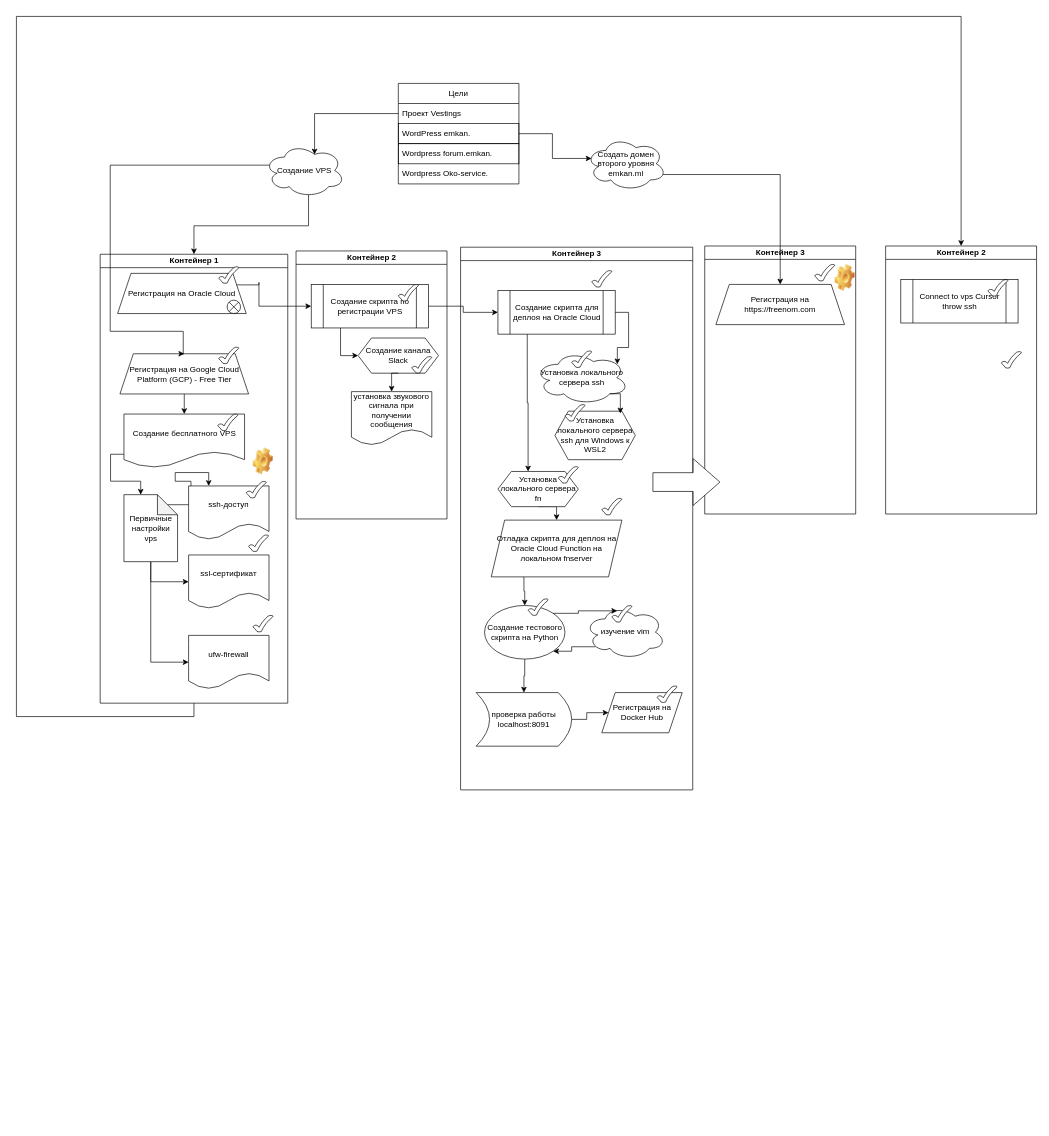
ElvenRivendil/Diagrams_blocks_algoritms keeps this draw.io diagram as ЖИЦЗО_1.drawio. Above is the earlier version. Source tidied: cells renumbered, new cells numbered last; positions are measured from the earlier drawing's top-left corner, leaving out a move shared by most shapes. Both pictures are drawn from the tidied source at 67%, with x=0, y=0 at pixel (-31, 16).
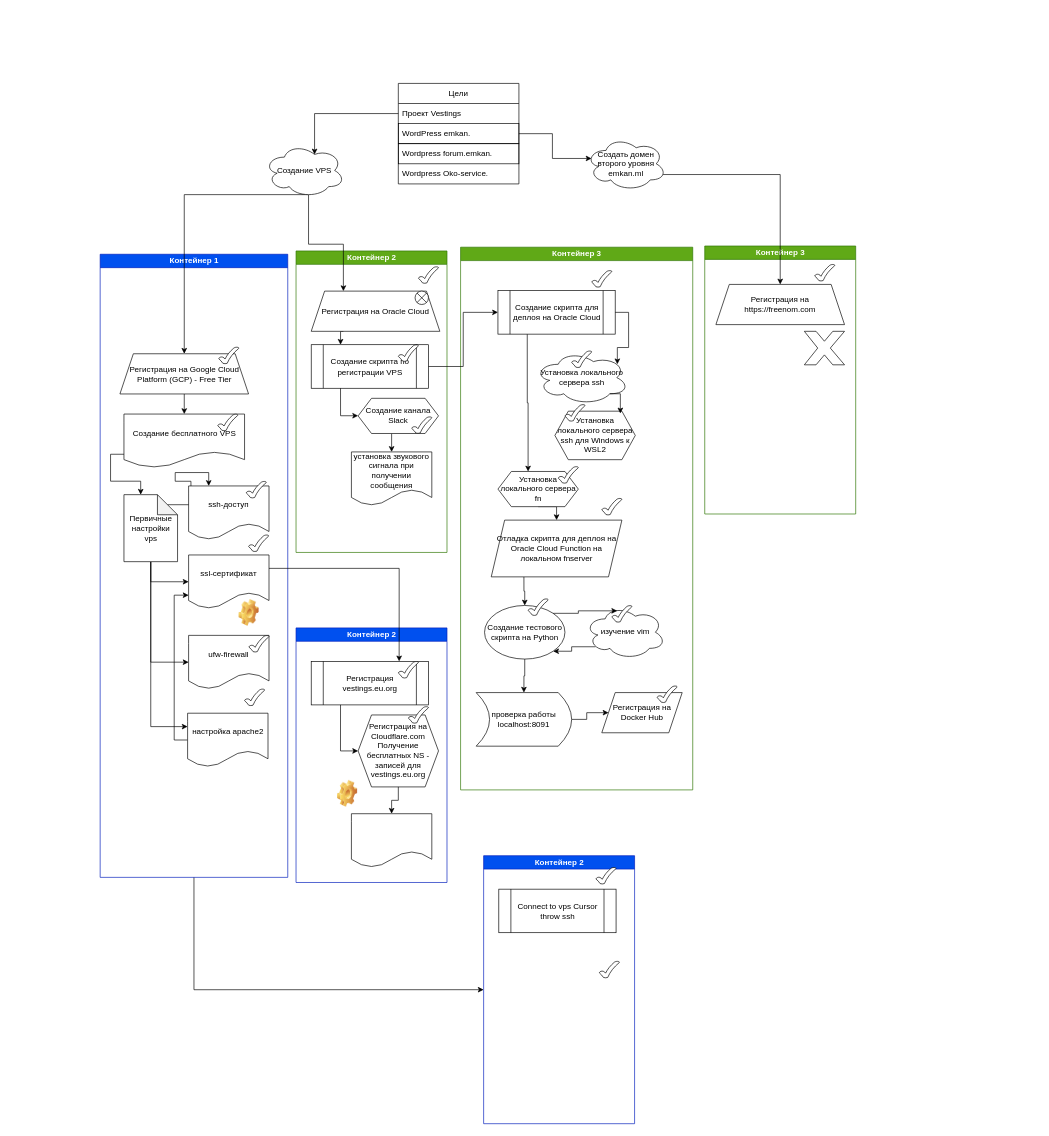
The same diagram, later.

The change refers to these unchanged cells:
```xml
<mxCell id="34" value="Создание VPS" style="ellipse;shape=cloud;whiteSpace=wrap;html=1;" parent="1" vertex="1">
  <mxGeometry x="440" y="190" width="120" height="80" as="geometry" />
</mxCell>
```

What changed in the source:
```diff
@@
-    <mxCell id="2" style="edgeStyle=orthogonalEdgeStyle;rounded=0;jettySize=auto;html=1;exitX=1;exitY=0.5;exitDx=0;exitDy=0;entryX=0;entryY=0.5;entryDx=0;entryDy=0;" parent="1" edge="1" source="3" target="77">
-      <mxGeometry relative="1" as="geometry">
-        <Array as="points">
-          <mxPoint x="335" y="1045" />
-          <mxPoint x="70" y="1045" />
-          <mxPoint x="70" />
-          <mxPoint x="1480" />
-        </Array>
-      </mxGeometry>
+    <mxCell id="2" style="edgeStyle=orthogonalEdgeStyle;rounded=0;jettySize=auto;html=1;exitX=1;exitY=0.5;exitDx=0;exitDy=0;entryX=0.5;entryY=1;entryDx=0;entryDy=0;" parent="1" edge="1" source="3" target="77">
+      <mxGeometry relative="1" as="geometry" />
     </mxCell>
-    <mxCell id="3" value="Контейнер 1" style="swimlane;html=1;startSize=20;horizontal=0;rotation=90;flipV=0;flipH=0;" parent="1" vertex="1">
-      <mxGeometry y="550" width="670" height="280" as="geometry" />
+    <mxCell id="3" value="Контейнер 1" style="swimlane;html=1;startSize=20;horizontal=0;rotation=90;flipV=0;flipH=0;fillColor=#0050ef;fontColor=#ffffff;strokeColor=#001DBC;" parent="1" vertex="1">
+      <mxGeometry x="-130" y="680" width="930" height="280" as="geometry" />
     </mxCell>
-    <mxCell id="4" value="Регистрация на Oracle Cloud" style="shape=trapezoid;perimeter=trapezoidPerimeter;whiteSpace=wrap;html=1;fixedSize=1;" parent="3" vertex="1">
-      <mxGeometry x="221" y="-166.5" width="192" height="60" as="geometry" />
-    </mxCell>
-    <mxCell id="5" style="verticalLabelPosition=bottom;verticalAlign=top;html=1;shape=mxgraph.basic.tick;" parent="3" vertex="1">
-      <mxGeometry x="372" y="-176.5" width="30" height="25" as="geometry" />
-    </mxCell>
     <mxCell id="6" value="&lt;div&gt;Создание бесплатного VPS&lt;/div&gt;" style="shape=document;whiteSpace=wrap;html=1;boundedLbl=1;" parent="3" vertex="1">
-      <mxGeometry x="230.5" y="43.5" width="180" height="80" as="geometry" />
+      <mxGeometry x="360.5" y="-86.5" width="180" height="80" as="geometry" />
     </mxCell>
@@
     <mxCell id="8" value="Регистрация на Google Cloud Platform (GCP) - Free Tier" style="shape=trapezoid;perimeter=trapezoidPerimeter;whiteSpace=wrap;html=1;fixedSize=1;" parent="3" vertex="1">
-      <mxGeometry x="224.5" y="-46.5" width="192" height="60" as="geometry" />
+      <mxGeometry x="354.5" y="-176.5" width="192" height="60" as="geometry" />
     </mxCell>
-    <mxCell id="9" style="shape=sumEllipse;perimeter=ellipsePerimeter;whiteSpace=wrap;html=1;backgroundOutline=1;" parent="3" vertex="1">
-      <mxGeometry x="384.5" y="-126.5" width="20" height="20" as="geometry" />
-    </mxCell>
     <mxCell id="10" style="verticalLabelPosition=bottom;verticalAlign=top;html=1;shape=mxgraph.basic.tick;" parent="3" vertex="1">
-      <mxGeometry x="372" y="-56.5" width="30" height="25" as="geometry" />
+      <mxGeometry x="502" y="-186.5" width="30" height="25" as="geometry" />
     </mxCell>
@@
+    <mxCell id="82" style="edgeStyle=orthogonalEdgeStyle;rounded=0;jettySize=auto;html=1;exitX=0.5;exitY=1;exitDx=0;exitDy=0;exitPerimeter=0;entryX=0;entryY=0.25;entryDx=0;entryDy=0;" parent="3" edge="1" source="14" target="84">
+      <mxGeometry relative="1" as="geometry" />
+    </mxCell>
     <mxCell id="14" value="Первичные настройки vps" style="shape=note;whiteSpace=wrap;html=1;backgroundOutline=1;darkOpacity=0.05;" parent="3" vertex="1">
-      <mxGeometry x="230.5" y="163.8" width="80" height="100" as="geometry" />
+      <mxGeometry x="360.5" y="33.8" width="80" height="100" as="geometry" />
     </mxCell>
     <mxCell id="15" value="ssh-доступ" style="shape=document;whiteSpace=wrap;html=1;boundedLbl=1;" parent="3" vertex="1">
-      <mxGeometry x="327" y="150.8" width="120" height="80" as="geometry" />
+      <mxGeometry x="457" y="20.8" width="120" height="80" as="geometry" />
     </mxCell>
     <mxCell id="16" value="ssl-сертификат" style="shape=document;whiteSpace=wrap;html=1;boundedLbl=1;" parent="3" vertex="1">
-      <mxGeometry x="327" y="253.8" width="120" height="80" as="geometry" />
+      <mxGeometry x="457" y="123.8" width="120" height="80" as="geometry" />
     </mxCell>
     <mxCell id="17" value="ufw-firewall" style="shape=document;whiteSpace=wrap;html=1;boundedLbl=1;" parent="3" vertex="1">
-      <mxGeometry x="327" y="373.8" width="120" height="80" as="geometry" />
+      <mxGeometry x="457" y="243.8" width="120" height="80" as="geometry" />
     </mxCell>
@@
     <mxCell id="19" style="verticalLabelPosition=bottom;verticalAlign=top;html=1;shape=mxgraph.basic.tick;" parent="3" vertex="1">
-      <mxGeometry x="370.5" y="43.5" width="30" height="25" as="geometry" />
+      <mxGeometry x="500.5" y="-86.5" width="30" height="25" as="geometry" />
     </mxCell>
     <mxCell id="20" style="verticalLabelPosition=bottom;verticalAlign=top;html=1;shape=mxgraph.basic.tick;" parent="3" vertex="1">
-      <mxGeometry x="413" y="143.8" width="30" height="25" as="geometry" />
+      <mxGeometry x="543" y="13.8" width="30" height="25" as="geometry" />
     </mxCell>
     <mxCell id="21" style="verticalLabelPosition=bottom;verticalAlign=top;html=1;shape=mxgraph.basic.tick;" parent="3" vertex="1">
-      <mxGeometry x="416.5" y="223.8" width="30" height="25" as="geometry" />
+      <mxGeometry x="546.5" y="93.8" width="30" height="25" as="geometry" />
     </mxCell>
     <mxCell id="22" style="verticalLabelPosition=bottom;verticalAlign=top;html=1;shape=mxgraph.basic.tick;" parent="3" vertex="1">
-      <mxGeometry x="423" y="343.8" width="30" height="25" as="geometry" />
+      <mxGeometry x="547" y="243.8" width="30" height="25" as="geometry" />
     </mxCell>
-    <mxCell id="23" style="shape=image;html=1;verticalLabelPosition=bottom;verticalAlign=top;imageAspect=0;image=img/clipart/Gear_128x128.png;" parent="3" vertex="1">
-      <mxGeometry x="423" y="93.8" width="30" height="40" as="geometry" />
-    </mxCell>
+    <mxCell id="83" style="edgeStyle=orthogonalEdgeStyle;rounded=0;jettySize=auto;html=1;exitX=0;exitY=0.5;exitDx=0;exitDy=0;entryX=0;entryY=0.75;entryDx=0;entryDy=0;" parent="3" edge="1" source="84" target="16">
+      <mxGeometry relative="1" as="geometry" />
+    </mxCell>
+    <mxCell id="84" value="настройка apache2" style="shape=document;whiteSpace=wrap;html=1;boundedLbl=1;" parent="3" vertex="1">
+      <mxGeometry x="455.5" y="360" width="120" height="80" as="geometry" />
+    </mxCell>
+    <mxCell id="85" style="verticalLabelPosition=bottom;verticalAlign=top;html=1;shape=mxgraph.basic.tick;" parent="3" vertex="1">
+      <mxGeometry x="540.5" y="323.8" width="30" height="25" as="geometry" />
+    </mxCell>
+    <mxCell id="72" style="shape=image;html=1;verticalLabelPosition=bottom;verticalAlign=top;imageAspect=0;image=img/clipart/Gear_128x128.png;" parent="3" vertex="1">
+      <mxGeometry x="532" y="190" width="30" height="40" as="geometry" />
+    </mxCell>
-    <mxCell id="24" value="&lt;div&gt;Контейнер 2&lt;/div&gt;" style="swimlane;html=1;startSize=20;horizontal=0;rotation=90;" parent="1" vertex="1">
-      <mxGeometry x="400" y="437.4" width="400" height="225.3" as="geometry" />
+    <mxCell id="24" value="&lt;div&gt;Контейнер 2&lt;/div&gt;" style="swimlane;html=1;startSize=20;horizontal=0;rotation=90;fillColor=#60a917;fontColor=#ffffff;strokeColor=#2D7600;" parent="1" vertex="1">
+      <mxGeometry x="375" y="462.4" width="450" height="225.3" as="geometry" />
     </mxCell>
     <mxCell id="25" value="Создание канала Slack" style="shape=hexagon;perimeter=hexagonPerimeter2;whiteSpace=wrap;html=1;fixedSize=1;" parent="24" vertex="1">
-      <mxGeometry x="180" y="42.6" width="120" height="52.5" as="geometry" />
+      <mxGeometry x="205" y="107.6" width="120" height="52.5" as="geometry" />
     </mxCell>
     <mxCell id="26" value="Создание скрипта по регистрации VPS" style="shape=process;whiteSpace=wrap;html=1;backgroundOutline=1;" parent="24" vertex="1">
-      <mxGeometry x="110" y="-37.4" width="175" height="65" as="geometry" />
+      <mxGeometry x="135" y="27.6" width="175" height="65" as="geometry" />
     </mxCell>
-    <mxCell id="27" style="edgeStyle=orthogonalEdgeStyle;rounded=0;jettySize=auto;html=1;exitX=0.25;exitY=1;exitDx=0;exitDy=0;entryX=0;entryY=0.5;entryDx=0;entryDy=0;" parent="24" edge="1" source="26" target="25">
-      <mxGeometry relative="1" as="geometry" />
+    <mxCell id="27" style="edgeStyle=orthogonalEdgeStyle;rounded=0;jettySize=auto;html=1;exitX=0.25;exitY=1;exitDx=0;exitDy=0;" parent="24" edge="1" source="26">
+      <mxGeometry relative="1" as="geometry">
+        <mxPoint x="205" y="133.6" as="targetPoint" />
+        <Array as="points">
+          <mxPoint x="179" y="134" />
+        </Array>
+      </mxGeometry>
     </mxCell>
     <mxCell id="28" style="verticalLabelPosition=bottom;verticalAlign=top;html=1;shape=mxgraph.basic.tick;" parent="24" vertex="1">
-      <mxGeometry x="240" y="-37.4" width="30" height="25" as="geometry" />
+      <mxGeometry x="265" y="27.6" width="30" height="25" as="geometry" />
     </mxCell>
     <mxCell id="29" style="verticalLabelPosition=bottom;verticalAlign=top;html=1;shape=mxgraph.basic.tick;" parent="24" vertex="1">
-      <mxGeometry x="260" y="70.1" width="30" height="25" as="geometry" />
+      <mxGeometry x="285" y="135.1" width="30" height="25" as="geometry" />
     </mxCell>
     <mxCell id="30" value="установка звукового сигнала при получении сообщения" style="shape=document;whiteSpace=wrap;html=1;boundedLbl=1;" parent="24" vertex="1">
-      <mxGeometry x="170" y="122.6" width="120" height="80" as="geometry" />
+      <mxGeometry x="195" y="187.6" width="120" height="80" as="geometry" />
     </mxCell>
-    <mxCell id="31" style="edgeStyle=orthogonalEdgeStyle;rounded=0;jettySize=auto;html=1;exitX=0.5;exitY=1;exitDx=0;exitDy=0;entryX=0.5;entryY=0;entryDx=0;entryDy=0;" parent="24" edge="1" source="25" target="30">
-      <mxGeometry relative="1" as="geometry" />
+    <mxCell id="31" style="edgeStyle=orthogonalEdgeStyle;rounded=0;jettySize=auto;html=1;entryX=0.5;entryY=0;entryDx=0;entryDy=0;" parent="24" edge="1" target="30">
+      <mxGeometry relative="1" as="geometry">
+        <mxPoint x="255" y="160.6" as="sourcePoint" />
+      </mxGeometry>
     </mxCell>
+    <mxCell id="41" style="edgeStyle=orthogonalEdgeStyle;rounded=0;jettySize=auto;html=1;exitX=0.25;exitY=1;exitDx=0;exitDy=0;entryX=0.25;entryY=0;entryDx=0;entryDy=0;" parent="24" edge="1" source="4" target="26">
+      <mxGeometry relative="1" as="geometry" />
+    </mxCell>
+    <mxCell id="4" value="Регистрация на Oracle Cloud" style="shape=trapezoid;perimeter=trapezoidPerimeter;whiteSpace=wrap;html=1;fixedSize=1;" parent="24" vertex="1">
+      <mxGeometry x="135" y="-52.4" width="192" height="60" as="geometry" />
+    </mxCell>
+    <mxCell id="5" style="verticalLabelPosition=bottom;verticalAlign=top;html=1;shape=mxgraph.basic.tick;" parent="24" vertex="1">
+      <mxGeometry x="295" y="-88.9" width="30" height="25" as="geometry" />
+    </mxCell>
+    <mxCell id="9" style="shape=sumEllipse;perimeter=ellipsePerimeter;whiteSpace=wrap;html=1;backgroundOutline=1;" parent="24" vertex="1">
+      <mxGeometry x="290" y="-52.4" width="20" height="20" as="geometry" />
+    </mxCell>
-    <mxCell id="32" style="edgeStyle=orthogonalEdgeStyle;rounded=0;jettySize=auto;html=1;exitX=0.55;exitY=0.95;exitDx=0;exitDy=0;exitPerimeter=0;entryX=0;entryY=0.5;entryDx=0;entryDy=0;" parent="1" edge="1" source="34" target="3">
+    <mxCell id="32" style="edgeStyle=orthogonalEdgeStyle;rounded=0;jettySize=auto;html=1;exitX=0.55;exitY=0.95;exitDx=0;exitDy=0;exitPerimeter=0;entryX=0.25;entryY=0;entryDx=0;entryDy=0;" parent="1" edge="1" source="34" target="4">
       <mxGeometry relative="1" as="geometry" />
     </mxCell>
-    <mxCell id="33" style="edgeStyle=orthogonalEdgeStyle;rounded=0;jettySize=auto;html=1;exitX=0.07;exitY=0.4;exitDx=0;exitDy=0;exitPerimeter=0;entryX=0.5;entryY=0;entryDx=0;entryDy=0;" parent="1" edge="1" source="34" target="8">
-      <mxGeometry relative="1" as="geometry">
-        <Array as="points">
-          <mxPoint x="210" y="222" />
-          <mxPoint x="210" y="470" />
-          <mxPoint x="319" y="470" />
-        </Array>
-      </mxGeometry>
+    <mxCell id="33" style="edgeStyle=orthogonalEdgeStyle;rounded=0;jettySize=auto;html=1;exitX=0.55;exitY=0.95;exitDx=0;exitDy=0;exitPerimeter=0;" parent="1" edge="1" source="34" target="8">
+      <mxGeometry relative="1" as="geometry" />
     </mxCell>
@@
-    <mxCell id="41" style="edgeStyle=orthogonalEdgeStyle;rounded=0;jettySize=auto;html=1;exitX=1;exitY=0.25;exitDx=0;exitDy=0;entryX=0;entryY=0.5;entryDx=0;entryDy=0;" parent="1" edge="1" source="4" target="26">
-      <mxGeometry relative="1" as="geometry">
-        <Array as="points">
-          <mxPoint x="432" y="397" />
-          <mxPoint x="432" y="433" />
-          <mxPoint x="490" y="433" />
-        </Array>
-      </mxGeometry>
-    </mxCell>
-    <mxCell id="42" value="&lt;div&gt;Контейнер 3&lt;/div&gt;" style="swimlane;html=1;startSize=20;horizontal=0;rotation=90;" parent="1" vertex="1">
+    <mxCell id="42" value="&lt;div&gt;Контейнер 3&lt;/div&gt;" style="swimlane;html=1;startSize=20;horizontal=0;rotation=90;fillColor=#60a917;fontColor=#ffffff;strokeColor=#2D7600;" parent="1" vertex="1">
       <mxGeometry x="501.2" y="576.2" width="810" height="346.5" as="geometry" />
     </mxCell>
@@
-    <mxCell id="69" value="&lt;div&gt;Контейнер 3&lt;/div&gt;" style="swimlane;html=1;startSize=20;horizontal=0;rotation=90;" parent="1" vertex="1">
+    <mxCell id="69" value="&lt;div&gt;Контейнер 3&lt;/div&gt;" style="swimlane;html=1;startSize=20;horizontal=0;rotation=90;fillColor=#60a917;fontColor=#ffffff;strokeColor=#2D7600;" parent="1" vertex="1">
       <mxGeometry x="1010" y="430" width="400" height="225.3" as="geometry" />
     </mxCell>
@@
-    <mxCell id="72" style="shape=image;html=1;verticalLabelPosition=bottom;verticalAlign=top;imageAspect=0;image=img/clipart/Gear_128x128.png;" parent="69" vertex="1">
-      <mxGeometry x="281.5" y="-60" width="30" height="40" as="geometry" />
-    </mxCell>
+    <mxCell id="86" style="verticalLabelPosition=bottom;verticalAlign=top;html=1;shape=mxgraph.basic.x;" parent="69" vertex="1">
+      <mxGeometry x="236" y="40" width="60" height="50" as="geometry" />
+    </mxCell>
@@
-    <mxCell id="77" value="&lt;div&gt;Контейнер 2&lt;/div&gt;" style="swimlane;html=1;startSize=20;horizontal=0;rotation=90;" parent="1" vertex="1">
-      <mxGeometry x="1280" y="430" width="400" height="225.3" as="geometry" />
+    <mxCell id="77" value="&lt;div&gt;Контейнер 2&lt;/div&gt;" style="swimlane;html=1;startSize=20;horizontal=0;rotation=90;fillColor=#0050ef;fontColor=#ffffff;strokeColor=#001DBC;" parent="1" vertex="1">
+      <mxGeometry x="680" y="1340" width="400" height="225.3" as="geometry" />
     </mxCell>
@@
     <mxCell id="79" style="verticalLabelPosition=bottom;verticalAlign=top;html=1;shape=mxgraph.basic.tick;" parent="77" vertex="1">
-      <mxGeometry x="240" y="-37.4" width="30" height="25" as="geometry" />
+      <mxGeometry x="255" y="-70" width="30" height="25" as="geometry" />
     </mxCell>
@@
-    <mxCell id="81" style="html=1;shadow=0;dashed=0;align=center;verticalAlign=middle;shape=mxgraph.arrows2.arrow;dy=0.6;dx=40;notch=0;" parent="1" vertex="1">
-      <mxGeometry x="1020" y="660" width="100" height="70" as="geometry" />
-    </mxCell>
+    <mxCell id="87" value="&lt;div&gt;Контейнер 2&lt;/div&gt;" style="swimlane;html=1;startSize=20;horizontal=0;rotation=90;fillColor=#0050ef;fontColor=#ffffff;strokeColor=#001DBC;" parent="1" vertex="1">
+      <mxGeometry x="410" y="990" width="380" height="225.3" as="geometry" />
+    </mxCell>
+    <mxCell id="88" value="Регистрация на Cloudflare.com&lt;br&gt;Получение бесплатных NS - записей для vestings.eu.org" style="shape=hexagon;perimeter=hexagonPerimeter2;whiteSpace=wrap;html=1;fixedSize=1;" parent="87" vertex="1">
+      <mxGeometry x="170" y="52.6" width="120" height="107.4" as="geometry" />
+    </mxCell>
+    <mxCell id="89" value="Регистрация vestings.eu.org" style="shape=process;whiteSpace=wrap;html=1;backgroundOutline=1;" parent="87" vertex="1">
+      <mxGeometry x="100" y="-27.4" width="175" height="65" as="geometry" />
+    </mxCell>
+    <mxCell id="90" style="edgeStyle=orthogonalEdgeStyle;rounded=0;jettySize=auto;html=1;exitX=0.25;exitY=1;exitDx=0;exitDy=0;entryX=0;entryY=0.5;entryDx=0;entryDy=0;" parent="87" edge="1" source="89" target="88">
+      <mxGeometry relative="1" as="geometry" />
+    </mxCell>
+    <mxCell id="91" style="verticalLabelPosition=bottom;verticalAlign=top;html=1;shape=mxgraph.basic.tick;" parent="87" vertex="1">
+      <mxGeometry x="230" y="-27.4" width="30" height="25" as="geometry" />
+    </mxCell>
+    <mxCell id="92" style="verticalLabelPosition=bottom;verticalAlign=top;html=1;shape=mxgraph.basic.tick;" parent="87" vertex="1">
+      <mxGeometry x="245" y="40" width="30" height="25" as="geometry" />
+    </mxCell>
+    <mxCell id="93" style="shape=document;whiteSpace=wrap;html=1;boundedLbl=1;" parent="87" vertex="1">
+      <mxGeometry x="160" y="200" width="120" height="80" as="geometry" />
+    </mxCell>
+    <mxCell id="94" style="edgeStyle=orthogonalEdgeStyle;rounded=0;jettySize=auto;html=1;exitX=0.5;exitY=1;exitDx=0;exitDy=0;entryX=0.5;entryY=0;entryDx=0;entryDy=0;" parent="87" edge="1" source="88" target="93">
+      <mxGeometry relative="1" as="geometry" />
+    </mxCell>
+    <mxCell id="23" style="shape=image;html=1;verticalLabelPosition=bottom;verticalAlign=top;imageAspect=0;image=img/clipart/Gear_128x128.png;" parent="87" vertex="1">
+      <mxGeometry x="139" y="150" width="30" height="40" as="geometry" />
+    </mxCell>
+    <mxCell id="95" style="edgeStyle=orthogonalEdgeStyle;rounded=0;jettySize=auto;html=1;exitX=1;exitY=0.25;exitDx=0;exitDy=0;entryX=0.75;entryY=0;entryDx=0;entryDy=0;" parent="1" edge="1" source="16" target="89">
+      <mxGeometry relative="1" as="geometry" />
+    </mxCell>
```
